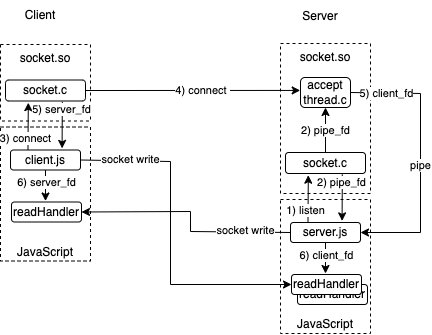
Before: architecture.drawio.png, a diagram exported from draw.io (boblund/qjs-socket). Source tidied: cells renumbered, new cells last; positions are measured from the earlier drawing's top-left corner, leaving out a move shared by most shapes.
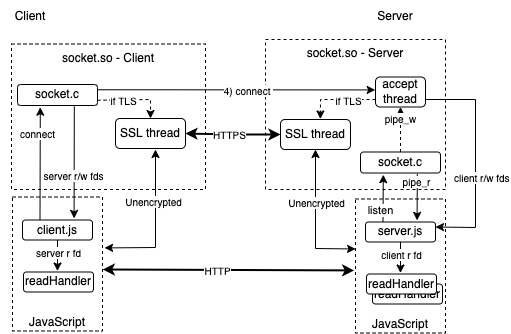
The same diagram one commit later.

Diff of the diagram source:
```diff
@@ -2,152 +2,197 @@
   <root>
     <mxCell id="0" />
     <mxCell id="1" parent="0" />
-    <mxCell id="2" value="socket.so" style="rounded=0;whiteSpace=wrap;html=1;dashed=1;fillColor=none;verticalAlign=top;" parent="1" vertex="1">
-      <mxGeometry x="280" y="44" width="90" height="150" as="geometry" />
-    </mxCell>
-    <mxCell id="3" value="JavaScript" style="rounded=0;whiteSpace=wrap;html=1;dashed=1;fillColor=none;verticalAlign=bottom;" parent="1" vertex="1">
-      <mxGeometry x="280" y="200" width="90" height="134" as="geometry" />
-    </mxCell>
-    <mxCell id="4" value="socket.c" style="rounded=1;whiteSpace=wrap;html=1;" parent="1" vertex="1">
-      <mxGeometry x="285" y="153" width="80" height="21" as="geometry" />
-    </mxCell>
-    <mxCell id="5" value="accept thread.c" style="rounded=1;whiteSpace=wrap;html=1;" parent="1" vertex="1">
-      <mxGeometry x="300" y="78" width="50" height="30" as="geometry" />
-    </mxCell>
+    <mxCell id="38" value="socket.so - Server" style="rounded=0;whiteSpace=wrap;html=1;dashed=1;fillColor=none;verticalAlign=top;" parent="1" vertex="1">
+      <mxGeometry x="10" y="102" width="180" height="150" as="geometry" />
+    </mxCell>
+    <mxCell id="39" value="JavaScript" style="rounded=0;whiteSpace=wrap;html=1;dashed=1;fillColor=none;verticalAlign=bottom;" parent="1" vertex="1">
+      <mxGeometry x="100" y="261.5" width="90" height="134" as="geometry" />
+    </mxCell>
+    <mxCell id="40" value="socket.c" style="rounded=1;whiteSpace=wrap;html=1;" parent="1" vertex="1">
+      <mxGeometry x="105" y="214.5" width="80" height="21" as="geometry" />
+    </mxCell>
+    <mxCell id="41" value="accept thread" style="rounded=1;whiteSpace=wrap;html=1;" parent="1" vertex="1">
+      <mxGeometry x="120" y="139.5" width="50" height="30" as="geometry" />
+    </mxCell>
     <mxCell id="6" value="server.js" style="rounded=1;whiteSpace=wrap;html=1;" parent="1" vertex="1">
-      <mxGeometry x="290" y="223" width="70" height="20" as="geometry" />
+      <mxGeometry x="110" y="284.5" width="70" height="20" as="geometry" />
     </mxCell>
-    <mxCell id="7" value="2)&amp;nbsp;pipe_fd" style="endArrow=classic;html=1;rounded=0;exitX=0.5;exitY=0;exitDx=0;exitDy=0;" parent="1" edge="1" source="4" target="5">
-      <mxGeometry relative="1" as="geometry" />
-    </mxCell>
-    <mxCell id="8" style="endArrow=classic;html=1;rounded=0;entryX=1;entryY=0.5;entryDx=0;entryDy=0;exitX=1;exitY=0.5;exitDx=0;exitDy=0;" parent="1" edge="1" source="5" target="6">
-      <mxGeometry relative="1" as="geometry">
-        <Array as="points">
-          <mxPoint x="420" y="94" />
-          <mxPoint x="420" y="233" />
-        </Array>
-      </mxGeometry>
-    </mxCell>
-    <mxCell id="9" value="5) client_fd" style="edgeLabel;html=1;align=center;verticalAlign=middle;" parent="8" vertex="1">
-      <mxGeometry x="-0.07" y="-3" relative="1" as="geometry">
-        <mxPoint x="-31" y="-55" as="offset" />
-      </mxGeometry>
-    </mxCell>
-    <mxCell id="10" value="pipe" style="edgeLabel;html=1;align=center;verticalAlign=middle;" parent="8" vertex="1">
-      <mxGeometry x="0.05" relative="1" as="geometry" />
-    </mxCell>
-    <mxCell id="11" style="endArrow=classic;startArrow=none;html=1;rounded=0;exitX=1;exitY=0.5;exitDx=0;exitDy=0;entryX=-0.006;entryY=0.431;entryDx=0;entryDy=0;startFill=0;entryPerimeter=0;" parent="1" edge="1" source="24" target="5">
-      <mxGeometry relative="1" as="geometry" />
-    </mxCell>
+    <mxCell id="42" style="endArrow=classic;html=1;rounded=0;entryX=0.569;entryY=-0.018;entryDx=0;entryDy=0;exitX=0;exitY=0.75;exitDx=0;exitDy=0;entryPerimeter=0;dashed=1;" parent="1" edge="1" source="41" target="65">
+      <mxGeometry relative="1" as="geometry">
+        <Array as="points">
+          <mxPoint x="65" y="162" />
+        </Array>
+      </mxGeometry>
+    </mxCell>
+    <mxCell id="43" value="if TLS" style="edgeLabel;html=1;align=center;verticalAlign=middle;fontSize=10;" parent="42" vertex="1">
+      <mxGeometry x="-0.07" y="-3" relative="1" as="geometry">
+        <mxPoint x="7" y="4" as="offset" />
+      </mxGeometry>
+    </mxCell>
+    <mxCell id="44" style="endArrow=classic;startArrow=none;html=1;rounded=0;exitX=1;exitY=0.25;exitDx=0;exitDy=0;entryX=-0.006;entryY=0.431;entryDx=0;entryDy=0;startFill=0;entryPerimeter=0;" parent="1" edge="1" source="55" target="41">
+      <mxGeometry relative="1" as="geometry" />
+    </mxCell>
-    <mxCell id="12" value="4) connect&amp;nbsp;" style="edgeLabel;html=1;align=center;verticalAlign=middle;" parent="11" vertex="1">
+    <mxCell id="12" value="4) connect&amp;nbsp;" style="edgeLabel;html=1;align=center;verticalAlign=middle;fontSize=10;" parent="44" vertex="1">
       <mxGeometry x="-0.06" y="1" relative="1" as="geometry">
-        <mxPoint x="16" y="1" as="offset" />
+        <mxPoint x="21" y="1" as="offset" />
       </mxGeometry>
     </mxCell>
-    <mxCell id="13" style="endArrow=classic;html=1;rounded=0;exitX=0.25;exitY=0;exitDx=0;exitDy=0;entryX=0.285;entryY=1.081;entryDx=0;entryDy=0;entryPerimeter=0;" parent="1" edge="1" source="6" target="4">
-      <mxGeometry relative="1" as="geometry" />
-    </mxCell>
-    <mxCell id="14" value="1) listen" style="edgeLabel;html=1;align=center;verticalAlign=middle;" parent="13" vertex="1">
-      <mxGeometry x="0.14" y="-1" relative="1" as="geometry">
-        <mxPoint x="-4" y="15" as="offset" />
-      </mxGeometry>
-    </mxCell>
-    <mxCell id="15" style="endArrow=classic;html=1;rounded=0;exitX=0.71;exitY=1.039;exitDx=0;exitDy=0;entryX=0.737;entryY=-0.081;entryDx=0;entryDy=0;exitPerimeter=0;entryPerimeter=0;" parent="1" edge="1" source="4" target="6">
-      <mxGeometry relative="1" as="geometry" />
-    </mxCell>
-    <mxCell id="16" value="2) pipe_fd" style="edgeLabel;html=1;align=center;verticalAlign=middle;" parent="15" vertex="1">
-      <mxGeometry x="0.32" y="1" relative="1" as="geometry">
-        <mxPoint x="-2" y="-23" as="offset" />
-      </mxGeometry>
-    </mxCell>
-    <mxCell id="17" value="readHandler" style="rounded=1;whiteSpace=wrap;html=1;" parent="1" vertex="1">
-      <mxGeometry x="297" y="285" width="70" height="20" as="geometry" />
-    </mxCell>
-    <mxCell id="18" style="endArrow=classic;html=1;rounded=0;exitX=0.5;exitY=1;exitDx=0;exitDy=0;" parent="1" edge="1" source="6">
-      <mxGeometry relative="1" as="geometry">
-        <mxPoint x="325" y="274" as="targetPoint" />
-      </mxGeometry>
-    </mxCell>
-    <mxCell id="19" value="6) client_fd" style="edgeLabel;html=1;align=center;verticalAlign=middle;" parent="18" vertex="1">
-      <mxGeometry x="0.32" y="1" relative="1" as="geometry">
-        <mxPoint y="-8" as="offset" />
-      </mxGeometry>
-    </mxCell>
-    <mxCell id="20" value="readHandler" style="rounded=1;whiteSpace=wrap;html=1;" parent="1" vertex="1">
-      <mxGeometry x="291" y="275" width="70" height="20" as="geometry" />
-    </mxCell>
+    <mxCell id="45" style="endArrow=classic;html=1;rounded=0;exitX=0.25;exitY=0;exitDx=0;exitDy=0;entryX=0.285;entryY=1.081;entryDx=0;entryDy=0;entryPerimeter=0;" parent="1" edge="1" source="6" target="40">
+      <mxGeometry relative="1" as="geometry" />
+    </mxCell>
+    <mxCell id="46" value="listen" style="edgeLabel;html=1;align=center;verticalAlign=middle;" parent="45" vertex="1">
+      <mxGeometry x="0.14" y="-1" relative="1" as="geometry">
+        <mxPoint x="-4" y="15" as="offset" />
+      </mxGeometry>
+    </mxCell>
+    <mxCell id="47" style="endArrow=classic;html=1;rounded=0;exitX=0.71;exitY=1.039;exitDx=0;exitDy=0;entryX=0.737;entryY=-0.081;entryDx=0;entryDy=0;exitPerimeter=0;entryPerimeter=0;" parent="1" edge="1" source="40" target="6">
+      <mxGeometry relative="1" as="geometry" />
+    </mxCell>
+    <mxCell id="48" value="pipe_r" style="edgeLabel;html=1;align=center;verticalAlign=middle;fontSize=10;" parent="47" vertex="1">
+      <mxGeometry x="0.32" y="1" relative="1" as="geometry">
+        <mxPoint x="-2" y="-23" as="offset" />
+      </mxGeometry>
+    </mxCell>
+    <mxCell id="49" value="readHandler" style="rounded=1;whiteSpace=wrap;html=1;" parent="1" vertex="1">
+      <mxGeometry x="117" y="346.5" width="70" height="20" as="geometry" />
+    </mxCell>
+    <mxCell id="50" style="endArrow=classic;html=1;rounded=0;exitX=0.5;exitY=1;exitDx=0;exitDy=0;" parent="1" edge="1" source="6">
+      <mxGeometry relative="1" as="geometry">
+        <mxPoint x="145" y="335.5" as="targetPoint" />
+      </mxGeometry>
+    </mxCell>
+    <mxCell id="51" value="client r fd" style="edgeLabel;html=1;align=center;verticalAlign=middle;fontSize=10;" parent="50" vertex="1">
+      <mxGeometry x="0.32" y="1" relative="1" as="geometry">
+        <mxPoint y="-8" as="offset" />
+      </mxGeometry>
+    </mxCell>
+    <mxCell id="52" value="readHandler" style="rounded=1;whiteSpace=wrap;html=1;" parent="1" vertex="1">
+      <mxGeometry x="111" y="336.5" width="70" height="20" as="geometry" />
+    </mxCell>
     <mxCell id="21" value="Server" style="text;html=1;strokeColor=none;fillColor=none;align=center;verticalAlign=middle;whiteSpace=wrap;rounded=0;dashed=1;" parent="1" vertex="1">
-      <mxGeometry x="290" y="2" width="60" height="30" as="geometry" />
+      <mxGeometry x="110" y="63.5" width="60" height="30" as="geometry" />
     </mxCell>
-    <mxCell id="22" value="socket.so" style="rounded=0;whiteSpace=wrap;html=1;dashed=1;fillColor=none;verticalAlign=top;" parent="1" vertex="1">
-      <mxGeometry y="45" width="90" height="76.5" as="geometry" />
-    </mxCell>
-    <mxCell id="23" value="JavaScript" style="rounded=0;whiteSpace=wrap;html=1;dashed=1;fillColor=none;verticalAlign=bottom;" parent="1" vertex="1">
-      <mxGeometry y="127.5" width="90" height="134" as="geometry" />
-    </mxCell>
-    <mxCell id="24" value="socket.c" style="rounded=1;whiteSpace=wrap;html=1;" parent="1" vertex="1">
-      <mxGeometry x="5" y="80.5" width="80" height="21" as="geometry" />
-    </mxCell>
+    <mxCell id="53" value="socket.so - Client" style="rounded=0;whiteSpace=wrap;html=1;dashed=1;fillColor=none;verticalAlign=top;" parent="1" vertex="1">
+      <mxGeometry x="-244" y="106.5" width="194" height="145.5" as="geometry" />
+    </mxCell>
+    <mxCell id="54" value="JavaScript" style="rounded=0;whiteSpace=wrap;html=1;dashed=1;fillColor=none;verticalAlign=bottom;" parent="1" vertex="1">
+      <mxGeometry x="-243" y="259.5" width="90" height="134" as="geometry" />
+    </mxCell>
+    <mxCell id="55" value="socket.c" style="rounded=1;whiteSpace=wrap;html=1;" parent="1" vertex="1">
+      <mxGeometry x="-238" y="147" width="80" height="21" as="geometry" />
+    </mxCell>
     <mxCell id="25" value="client.js" style="rounded=1;whiteSpace=wrap;html=1;" parent="1" vertex="1">
-      <mxGeometry x="10" y="150.5" width="70" height="20" as="geometry" />
+      <mxGeometry x="-233" y="282.5" width="70" height="20" as="geometry" />
     </mxCell>
-    <mxCell id="26" style="endArrow=classic;html=1;rounded=0;exitX=0.25;exitY=0;exitDx=0;exitDy=0;entryX=0.285;entryY=1.081;entryDx=0;entryDy=0;entryPerimeter=0;" parent="1" edge="1" source="25" target="24">
-      <mxGeometry relative="1" as="geometry" />
-    </mxCell>
-    <mxCell id="27" value="3) connect" style="edgeLabel;html=1;align=center;verticalAlign=middle;" parent="26" vertex="1">
-      <mxGeometry x="0.14" y="-1" relative="1" as="geometry">
-        <mxPoint x="-4" y="15" as="offset" />
-      </mxGeometry>
-    </mxCell>
-    <mxCell id="28" style="endArrow=classic;html=1;rounded=0;exitX=0.71;exitY=1.039;exitDx=0;exitDy=0;entryX=0.737;entryY=-0.081;entryDx=0;entryDy=0;exitPerimeter=0;entryPerimeter=0;" parent="1" edge="1" source="24" target="25">
-      <mxGeometry relative="1" as="geometry" />
-    </mxCell>
-    <mxCell id="29" value="5) server_fd" style="edgeLabel;html=1;align=center;verticalAlign=middle;" parent="28" vertex="1">
-      <mxGeometry x="0.32" y="1" relative="1" as="geometry">
-        <mxPoint x="-2" y="-23" as="offset" />
-      </mxGeometry>
-    </mxCell>
-    <mxCell id="30" style="endArrow=classic;html=1;rounded=0;exitX=0.5;exitY=1;exitDx=0;exitDy=0;" parent="1" edge="1" source="25">
-      <mxGeometry relative="1" as="geometry">
-        <mxPoint x="45" y="201.5" as="targetPoint" />
-      </mxGeometry>
-    </mxCell>
-    <mxCell id="31" value="6) server_fd" style="edgeLabel;html=1;align=center;verticalAlign=middle;" parent="30" vertex="1">
-      <mxGeometry x="0.32" y="1" relative="1" as="geometry">
-        <mxPoint y="-8" as="offset" />
-      </mxGeometry>
-    </mxCell>
-    <mxCell id="32" value="readHandler" style="rounded=1;whiteSpace=wrap;html=1;" parent="1" vertex="1">
-      <mxGeometry x="11" y="202.5" width="70" height="20" as="geometry" />
-    </mxCell>
+    <mxCell id="56" style="endArrow=classic;html=1;rounded=0;exitX=0.25;exitY=0;exitDx=0;exitDy=0;entryX=0.285;entryY=1.081;entryDx=0;entryDy=0;entryPerimeter=0;" parent="1" edge="1" source="25" target="55">
+      <mxGeometry relative="1" as="geometry" />
+    </mxCell>
+    <mxCell id="57" value="connect" style="edgeLabel;html=1;align=center;verticalAlign=middle;fontSize=10;" parent="56" vertex="1">
+      <mxGeometry x="0.14" y="-1" relative="1" as="geometry">
+        <mxPoint x="-4" y="-23" as="offset" />
+      </mxGeometry>
+    </mxCell>
+    <mxCell id="58" style="endArrow=classic;html=1;rounded=0;exitX=0.71;exitY=1.039;exitDx=0;exitDy=0;entryX=0.737;entryY=-0.081;entryDx=0;entryDy=0;exitPerimeter=0;entryPerimeter=0;" parent="1" edge="1" source="55" target="25">
+      <mxGeometry relative="1" as="geometry" />
+    </mxCell>
+    <mxCell id="59" value="server r/w fds" style="edgeLabel;html=1;align=center;verticalAlign=middle;fontSize=10;" parent="58" vertex="1">
+      <mxGeometry x="0.32" y="1" relative="1" as="geometry">
+        <mxPoint x="-2" y="-5" as="offset" />
+      </mxGeometry>
+    </mxCell>
+    <mxCell id="60" style="endArrow=classic;html=1;rounded=0;exitX=0.5;exitY=1;exitDx=0;exitDy=0;" parent="1" edge="1" source="25">
+      <mxGeometry relative="1" as="geometry">
+        <mxPoint x="-198" y="333.5" as="targetPoint" />
+      </mxGeometry>
+    </mxCell>
+    <mxCell id="61" value="server r fd" style="edgeLabel;html=1;align=center;verticalAlign=middle;fontSize=10;" parent="60" vertex="1">
+      <mxGeometry x="0.32" y="1" relative="1" as="geometry">
+        <mxPoint y="-8" as="offset" />
+      </mxGeometry>
+    </mxCell>
+    <mxCell id="62" value="readHandler" style="rounded=1;whiteSpace=wrap;html=1;" parent="1" vertex="1">
+      <mxGeometry x="-232" y="334.5" width="70" height="20" as="geometry" />
+    </mxCell>
     <mxCell id="33" value="Client" style="text;html=1;strokeColor=none;fillColor=none;align=center;verticalAlign=middle;whiteSpace=wrap;rounded=0;dashed=1;" parent="1" vertex="1">
-      <mxGeometry x="10" y="0.5" width="60" height="30" as="geometry" />
+      <mxGeometry x="-255" y="63.5" width="60" height="30" as="geometry" />
     </mxCell>
-    <mxCell id="34" style="endArrow=classic;html=1;rounded=0;exitX=0;exitY=0.5;exitDx=0;exitDy=0;entryX=1;entryY=0.5;entryDx=0;entryDy=0;" parent="1" edge="1" source="6" target="32">
-      <mxGeometry relative="1" as="geometry">
-        <Array as="points">
-          <mxPoint x="190" y="232" />
-          <mxPoint x="190" y="212" />
-        </Array>
-      </mxGeometry>
-    </mxCell>
-    <mxCell id="35" value="socket write" style="edgeLabel;html=1;align=center;verticalAlign=middle;" parent="34" vertex="1">
-      <mxGeometry x="-0.64" relative="1" as="geometry">
-        <mxPoint x="-5" y="-2" as="offset" />
-      </mxGeometry>
-    </mxCell>
-    <mxCell id="36" style="endArrow=classic;html=1;rounded=0;exitX=1;exitY=0.5;exitDx=0;exitDy=0;entryX=0;entryY=0.5;entryDx=0;entryDy=0;" parent="1" edge="1" source="25" target="20">
-      <mxGeometry relative="1" as="geometry">
-        <Array as="points">
-          <mxPoint x="170" y="162" />
-          <mxPoint x="170" y="285" />
-        </Array>
-      </mxGeometry>
-    </mxCell>
-    <mxCell id="37" value="socket write" style="edgeLabel;html=1;align=center;verticalAlign=middle;" parent="36" vertex="1">
-      <mxGeometry x="-0.4" y="1" relative="1" as="geometry">
-        <mxPoint x="-41" y="-12" as="offset" />
-      </mxGeometry>
-    </mxCell>
+    <mxCell id="63" style="endArrow=classic;html=1;rounded=0;exitX=1;exitY=0.5;exitDx=0;exitDy=0;entryX=0;entryY=0.5;entryDx=0;entryDy=0;startArrow=classic;startFill=1;strokeWidth=2;" parent="1" edge="1" source="74" target="65">
+      <mxGeometry relative="1" as="geometry">
+        <Array as="points">
+          <mxPoint x="-10" y="197" />
+        </Array>
+      </mxGeometry>
+    </mxCell>
+    <mxCell id="64" value="HTTPS" style="edgeLabel;html=1;align=center;verticalAlign=middle;fontSize=10;" parent="63" vertex="1">
+      <mxGeometry x="-0.09" relative="1" as="geometry" />
+    </mxCell>
+    <mxCell id="65" value="SSL thread" style="rounded=1;whiteSpace=wrap;html=1;" parent="1" vertex="1">
+      <mxGeometry x="25" y="182" width="70" height="30" as="geometry" />
+    </mxCell>
+    <mxCell id="66" style="endArrow=classic;html=1;rounded=0;entryX=0.5;entryY=1;entryDx=0;entryDy=0;exitX=0.001;exitY=0.373;exitDx=0;exitDy=0;exitPerimeter=0;startArrow=classic;startFill=1;strokeWidth=1;" parent="1" edge="1" source="39" target="65">
+      <mxGeometry relative="1" as="geometry">
+        <Array as="points">
+          <mxPoint x="60" y="311" />
+        </Array>
+      </mxGeometry>
+    </mxCell>
+    <mxCell id="67" value="Unencrypted" style="edgeLabel;html=1;align=center;verticalAlign=middle;fontSize=10;" parent="66" vertex="1">
+      <mxGeometry x="-0.73" y="1" relative="1" as="geometry">
+        <mxPoint x="-21" y="-48" as="offset" />
+      </mxGeometry>
+    </mxCell>
+    <mxCell id="68" style="endArrow=classic;html=1;rounded=0;exitX=1;exitY=0.75;exitDx=0;exitDy=0;entryX=1;entryY=0.25;entryDx=0;entryDy=0;" parent="1" edge="1" source="41" target="6">
+      <mxGeometry relative="1" as="geometry">
+        <Array as="points">
+          <mxPoint x="220" y="162" />
+          <mxPoint x="220" y="290" />
+        </Array>
+      </mxGeometry>
+    </mxCell>
+    <mxCell id="69" value="client r/w fds" style="edgeLabel;html=1;align=left;verticalAlign=middle;fontSize=10;" parent="68" vertex="1">
+      <mxGeometry x="-0.6" relative="1" as="geometry">
+        <mxPoint x="-17" y="78" as="offset" />
+      </mxGeometry>
+    </mxCell>
+    <mxCell id="70" style="endArrow=classic;html=1;rounded=0;dashed=1;entryX=0.5;entryY=1;entryDx=0;entryDy=0;exitX=0.5;exitY=0;exitDx=0;exitDy=0;" parent="1" edge="1" source="40" target="41">
+      <mxGeometry relative="1" as="geometry" />
+    </mxCell>
+    <mxCell id="71" value="pipe_w" style="edgeLabel;html=1;align=center;verticalAlign=middle;fontSize=10;" parent="70" vertex="1">
+      <mxGeometry x="0.48" relative="1" as="geometry" />
+    </mxCell>
+    <mxCell id="72" style="endArrow=classic;html=1;rounded=0;exitX=1.003;exitY=0.541;exitDx=0;exitDy=0;exitPerimeter=0;startArrow=classic;startFill=1;strokeWidth=2;entryX=-0.015;entryY=0.533;entryDx=0;entryDy=0;entryPerimeter=0;" parent="1" edge="1" source="54" target="39">
+      <mxGeometry relative="1" as="geometry" />
+    </mxCell>
+    <mxCell id="73" value="HTTP" style="edgeLabel;html=1;align=center;verticalAlign=middle;fontSize=10;" parent="72" vertex="1">
+      <mxGeometry x="-0.09" relative="1" as="geometry" />
+    </mxCell>
+    <mxCell id="74" value="SSL thread" style="rounded=1;whiteSpace=wrap;html=1;" parent="1" vertex="1">
+      <mxGeometry x="-140" y="181" width="70" height="30" as="geometry" />
+    </mxCell>
+    <mxCell id="75" style="endArrow=classic;html=1;rounded=0;exitX=1.023;exitY=0.38;exitDx=0;exitDy=0;exitPerimeter=0;startArrow=classic;startFill=1;strokeWidth=1;" parent="1" edge="1" source="54">
+      <mxGeometry relative="1" as="geometry">
+        <mxPoint x="-100" y="212" as="targetPoint" />
+        <Array as="points">
+          <mxPoint x="-100" y="310" />
+        </Array>
+      </mxGeometry>
+    </mxCell>
+    <mxCell id="76" value="Unencrypted" style="edgeLabel;html=1;align=center;verticalAlign=middle;fontSize=10;" parent="75" vertex="1">
+      <mxGeometry x="-0.73" y="1" relative="1" as="geometry">
+        <mxPoint x="29" y="-46" as="offset" />
+      </mxGeometry>
+    </mxCell>
+    <mxCell id="77" style="endArrow=classic;html=1;rounded=0;exitX=1;exitY=0.75;exitDx=0;exitDy=0;dashed=1;entryX=0.5;entryY=0;entryDx=0;entryDy=0;" parent="1" edge="1" source="55" target="74">
+      <mxGeometry relative="1" as="geometry">
+        <Array as="points">
+          <mxPoint x="-105" y="162" />
+        </Array>
+      </mxGeometry>
+    </mxCell>
+    <mxCell id="78" value="if TLS" style="edgeLabel;html=1;align=center;verticalAlign=middle;fontSize=10;" parent="77" vertex="1">
+      <mxGeometry x="-0.07" y="-3" relative="1" as="geometry">
+        <mxPoint x="-8" y="-3" as="offset" />
+      </mxGeometry>
+    </mxCell>
   </root>
 </mxGraphModel>
```
